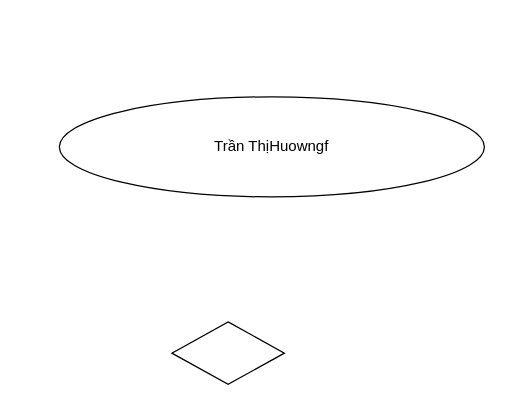
Earlier version of the draw.io diagram CMC/Phân tích và thiết kế hệ thống/Bài Tập Lớn/Bài Tập Lớn .drawio (tranthihuong-753/test). Source tidied: cells renumbered, new cells numbered last; positions are measured from the earlier drawing's top-left corner, leaving out a move shared by most shapes. Both pictures are drawn from the tidied source at 125%, with x=0, y=0 at pixel (59, 96).
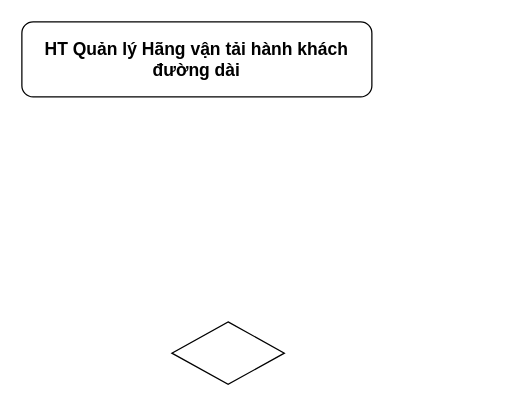
After the change.

Commit message (it also covers changes not shown here):
Cập nhật Bài Tập Lớn .drawio

What changed in the source:
```diff
@@
 <mxGraphModel>
   <root>
     <mxCell id="0" />
     <mxCell id="1" parent="0" />
-    <mxCell id="2" value="Trần ThịHuowngf" style="ellipse;whiteSpace=wrap;html=1;" parent="1" vertex="1">
-      <mxGeometry width="340" height="80" as="geometry" />
-    </mxCell>
     <mxCell id="3" style="rhombus;whiteSpace=wrap;html=1;" parent="1" vertex="1">
       <mxGeometry x="90" y="180" width="90" height="50" as="geometry" />
     </mxCell>
+    <mxCell id="4" value="HT Quản lý Hãng vận tải hành khách đường dài" style="rounded=1;whiteSpace=wrap;html=1;fontSize=14;fontStyle=1;" parent="1" vertex="1">
+      <mxGeometry x="-30" y="-60" width="280" height="60" as="geometry" />
+    </mxCell>
   </root>
 </mxGraphModel>
```
